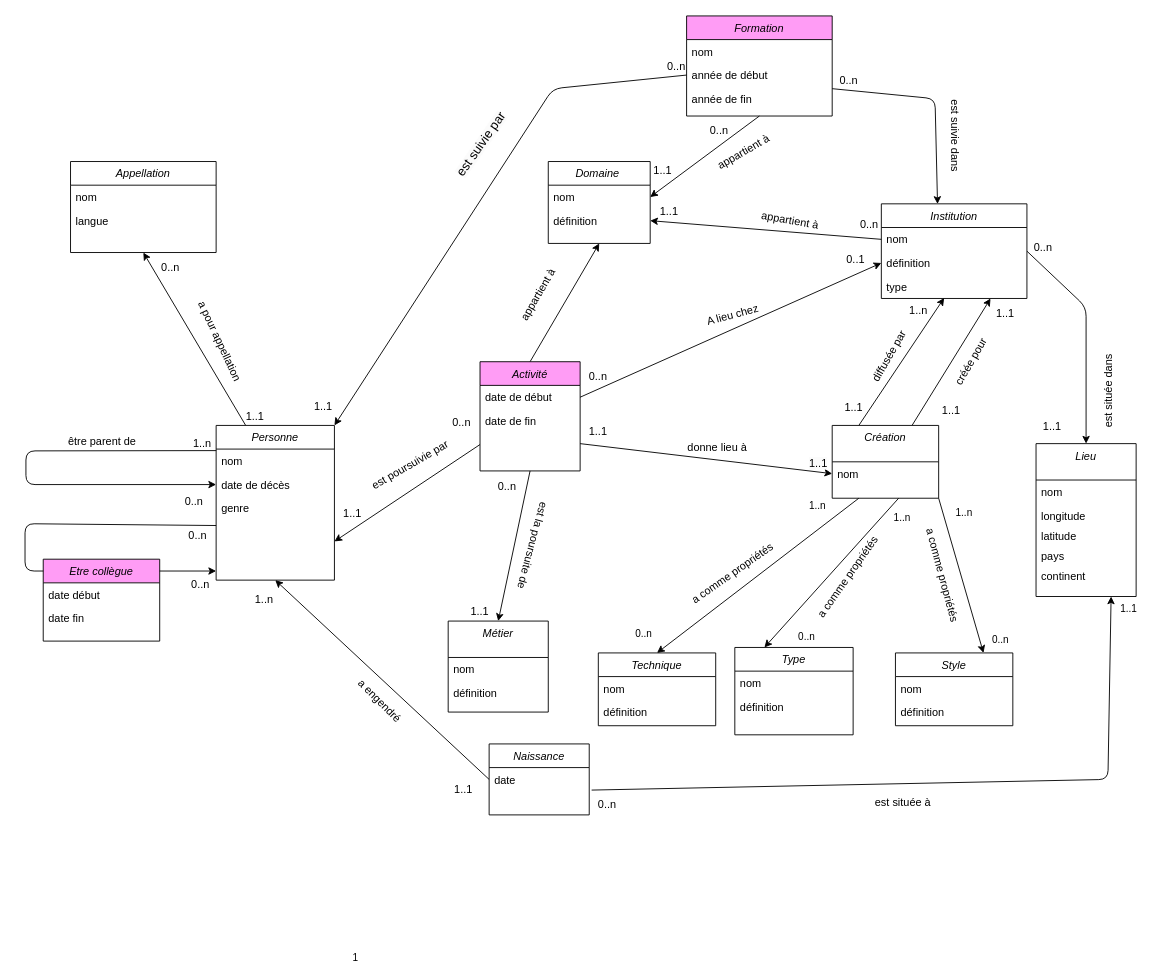
czeacach/fashion_designers keeps this draw.io diagram as MCD_to_database_Cécile_3.drawio. Above is the earlier version. Source tidied: cells renumbered, new cells numbered last; positions are measured from the earlier drawing's top-left corner, leaving out a move shared by most shapes. Both pictures are drawn from the tidied source at 91%, with x=0, y=0 at pixel (25, 15).
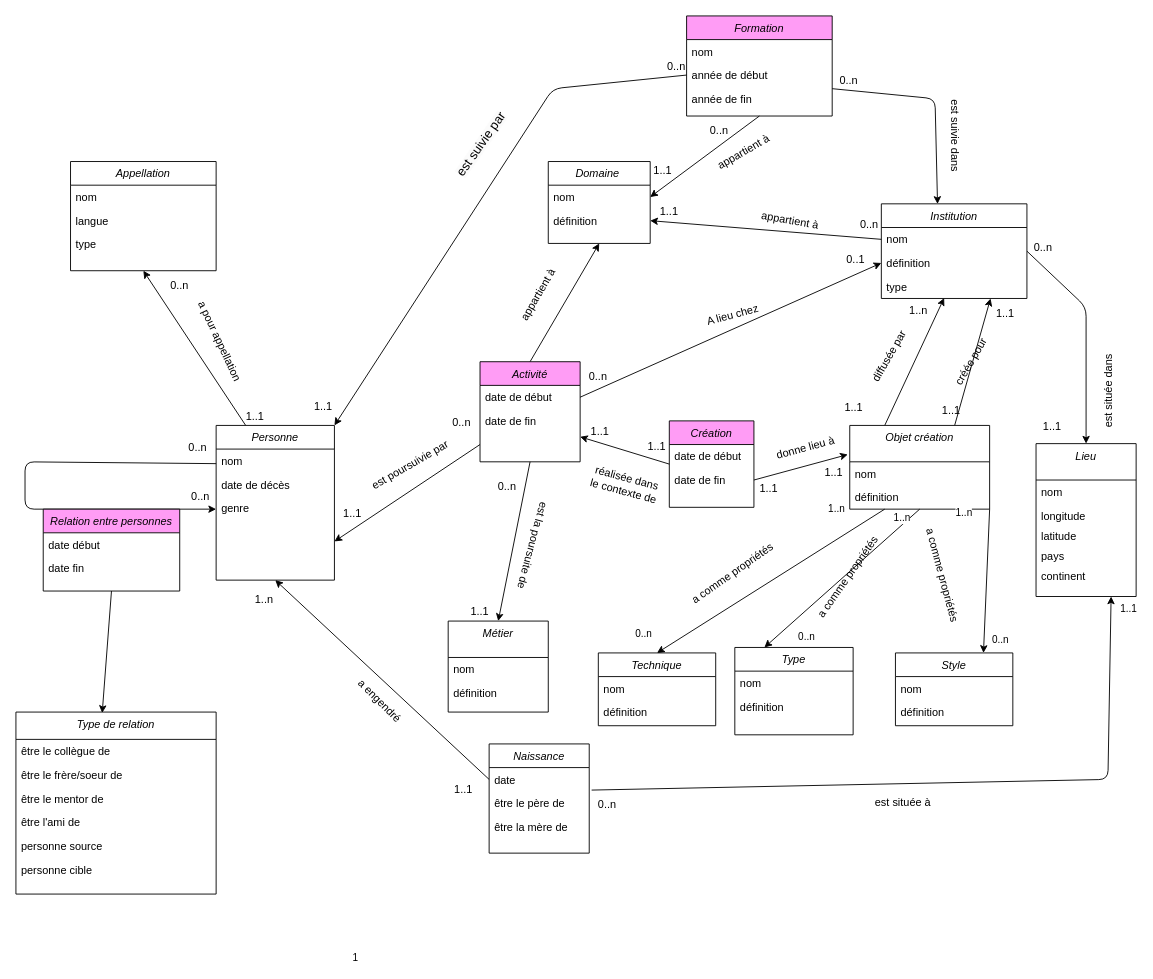
The same diagram, later.

Commit message:
modifications modèle après tutorat

The change refers to these unchanged cells:
```xml
<mxCell id="4" value="Personne" style="swimlane;fontStyle=2;align=center;verticalAlign=top;horizontal=1;startSize=26;rounded=0;shadow=0;strokeWidth=1;" parent="1" vertex="1">
  <mxGeometry x="210" y="450" width="130" height="170" as="geometry" />
</mxCell>
<mxCell id="5" value="nom" style="text;align=left;verticalAlign=top;spacingLeft=4;spacingRight=4;overflow=hidden;points=[[0,0.5],[1,0.5]];portConstraint=eastwest;" parent="4" vertex="1">
  <mxGeometry y="26" width="130" height="26" as="geometry" />
</mxCell>
<mxCell id="6" value="date de décès" style="text;align=left;verticalAlign=top;spacingLeft=4;spacingRight=4;overflow=hidden;points=[[0,0.5],[1,0.5]];portConstraint=eastwest;rounded=0;shadow=0;html=0;" parent="4" vertex="1">
  <mxGeometry y="52" width="130" height="26" as="geometry" />
</mxCell>
<mxCell id="51" value="Type" style="swimlane;fontStyle=2;align=center;verticalAlign=top;horizontal=1;startSize=26;rounded=0;shadow=0;strokeWidth=1;" parent="1" vertex="1">
  <mxGeometry x="780" y="694" width="130" height="96" as="geometry" />
</mxCell>
```

Diff of the diagram source:
```diff
@@
     <mxCell id="3" style="edgeStyle=none;html=1;fontSize=12;" parent="1" edge="1">
       <mxGeometry relative="1" as="geometry">
-        <mxPoint x="210" y="560" as="sourcePoint" />
-        <mxPoint x="210" y="610" as="targetPoint" />
+        <mxPoint x="210" y="492" as="sourcePoint" />
+        <mxPoint x="210" y="542" as="targetPoint" />
         <Array as="points">
-          <mxPoint y="558" />
-          <mxPoint y="610" />
+          <mxPoint y="490" />
+          <mxPoint y="542" />
         </Array>
       </mxGeometry>
     </mxCell>
@@
-    <mxCell id="8" style="edgeStyle=none;html=1;exitX=0.001;exitY=0.064;exitDx=0;exitDy=0;fontSize=12;entryX=0;entryY=0.5;entryDx=0;entryDy=0;exitPerimeter=0;" parent="4" edge="1" source="5" target="6">
-      <mxGeometry relative="1" as="geometry">
-        <Array as="points">
-          <mxPoint x="-209" y="28" />
-          <mxPoint x="-209" y="65" />
-        </Array>
-      </mxGeometry>
-    </mxCell>
@@
-    <mxCell id="17" style="edgeStyle=none;html=1;entryX=0.25;entryY=0;entryDx=0;entryDy=0;fontSize=12;" parent="1" edge="1" target="51">
-      <mxGeometry relative="1" as="geometry">
-        <mxPoint x="960" y="530" as="sourcePoint" />
-      </mxGeometry>
+    <mxCell id="17" style="edgeStyle=none;html=1;entryX=0.25;entryY=0;entryDx=0;entryDy=0;fontSize=12;exitX=0.5;exitY=1;exitDx=0;exitDy=0;" parent="1" edge="1" source="20" target="51">
+      <mxGeometry relative="1" as="geometry" />
     </mxCell>
@@
-    <mxCell id="20" value="Création" style="swimlane;fontStyle=2;align=center;verticalAlign=top;horizontal=1;startSize=40;rounded=0;shadow=0;strokeWidth=1;" parent="1" vertex="1">
-      <mxGeometry x="887" y="450" width="117" height="80" as="geometry" />
+    <mxCell id="20" value="Objet création" style="swimlane;fontStyle=2;align=center;verticalAlign=top;horizontal=1;startSize=40;rounded=0;shadow=0;strokeWidth=1;" parent="1" vertex="1">
+      <mxGeometry x="906.3" y="450" width="153.7" height="92" as="geometry" />
     </mxCell>
@@
     <mxCell id="22" value="nom" style="text;align=left;verticalAlign=top;spacingLeft=4;spacingRight=4;overflow=hidden;points=[[0,0.5],[1,0.5]];portConstraint=eastwest;" parent="20" vertex="1">
-      <mxGeometry y="40" width="117" height="26" as="geometry" />
+      <mxGeometry y="40" width="153.7" height="26" as="geometry" />
     </mxCell>
+    <mxCell id="134" value="définition" style="text;align=left;verticalAlign=top;spacingLeft=4;spacingRight=4;overflow=hidden;rounded=0;shadow=0;html=0;" parent="20" vertex="1">
+      <mxGeometry y="66" width="153.7" height="26" as="geometry" />
+    </mxCell>
     <mxCell id="23" value="Appellation" style="swimlane;fontStyle=2;align=center;verticalAlign=top;horizontal=1;startSize=26;rounded=0;shadow=0;strokeWidth=1;" parent="1" vertex="1">
-      <mxGeometry x="50" y="160" width="160" height="100" as="geometry" />
+      <mxGeometry x="50" y="160" width="160" height="120" as="geometry" />
     </mxCell>
@@
+    <mxCell id="135" value="type" style="text;align=left;verticalAlign=top;spacingLeft=4;spacingRight=4;overflow=hidden;" parent="23" vertex="1">
+      <mxGeometry y="78" width="160" height="26" as="geometry" />
+    </mxCell>
@@
     <mxCell id="47" value="1..n" style="edgeLabel;html=1;align=left;verticalAlign=bottom;" parent="1" vertex="1">
-      <mxGeometry x="759" y="550" as="geometry">
+      <mxGeometry x="780" y="554" as="geometry">
         <mxPoint x="101" y="-4" as="offset" />
       </mxGeometry>
     </mxCell>
@@
     <mxCell id="58" value="0..n" style="align=right;verticalAlign=bottom;labelBackgroundColor=none;fontSize=12;" parent="1" vertex="1">
-      <mxGeometry x="160" y="260" as="geometry">
+      <mxGeometry x="170" y="280" as="geometry">
         <mxPoint x="11" y="25" as="offset" />
       </mxGeometry>
     </mxCell>
@@
     <mxCell id="62" value="Naissance" style="swimlane;fontStyle=2;align=center;verticalAlign=top;horizontal=1;startSize=26;rounded=0;shadow=0;strokeWidth=1;" parent="1" vertex="1">
-      <mxGeometry x="510" y="800" width="110" height="78" as="geometry" />
+      <mxGeometry x="510" y="800" width="110" height="120" as="geometry" />
     </mxCell>
@@
+    <mxCell id="136" value="être le père de" style="text;align=left;verticalAlign=top;spacingLeft=4;spacingRight=4;overflow=hidden;" parent="62" vertex="1">
+      <mxGeometry y="52" width="110" height="26" as="geometry" />
+    </mxCell>
+    <mxCell id="137" value="être la mère de" style="text;align=left;verticalAlign=top;spacingLeft=4;spacingRight=4;overflow=hidden;" parent="62" vertex="1">
+      <mxGeometry y="78" width="110" height="26" as="geometry" />
+    </mxCell>
+    <mxCell id="138" style="edgeStyle=none;html=1;exitX=0.5;exitY=1;exitDx=0;exitDy=0;entryX=0.431;entryY=0.005;entryDx=0;entryDy=0;entryPerimeter=0;" parent="1" edge="1" source="65" target="149">
+      <mxGeometry relative="1" as="geometry" />
+    </mxCell>
-    <mxCell id="65" value="Etre collègue" style="swimlane;fontStyle=2;align=center;verticalAlign=top;horizontal=1;startSize=26;rounded=0;shadow=0;strokeWidth=1;fillColor=#FF9CF5;" parent="1" vertex="1">
-      <mxGeometry x="20" y="597" width="128" height="90" as="geometry" />
+    <mxCell id="65" value="Relation entre personnes" style="swimlane;fontStyle=2;align=center;verticalAlign=top;horizontal=1;startSize=26;rounded=0;shadow=0;strokeWidth=1;fillColor=#FF9CF5;" parent="1" vertex="1">
+      <mxGeometry x="20" y="542" width="150" height="90" as="geometry" />
     </mxCell>
@@
     <mxCell id="67" value="date début" style="text;align=left;verticalAlign=top;spacingLeft=4;spacingRight=4;overflow=hidden;" parent="65" vertex="1">
-      <mxGeometry y="26" width="128" height="26" as="geometry" />
+      <mxGeometry y="26" width="150" height="26" as="geometry" />
     </mxCell>
     <mxCell id="68" value="date fin" style="text;align=left;verticalAlign=top;spacingLeft=4;spacingRight=4;overflow=hidden;" parent="65" vertex="1">
-      <mxGeometry y="52" width="128" height="26" as="geometry" />
+      <mxGeometry y="52" width="150" height="26" as="geometry" />
     </mxCell>
@@
-    <mxCell id="79" style="edgeStyle=none;html=1;exitX=1;exitY=0.75;exitDx=0;exitDy=0;entryX=0;entryY=0.5;entryDx=0;entryDy=0;fontSize=12;" parent="1" edge="1" source="81" target="22">
-      <mxGeometry relative="1" as="geometry" />
-    </mxCell>
@@
     <mxCell id="81" value="Activité" style="swimlane;fontStyle=2;align=center;verticalAlign=top;horizontal=1;startSize=26;rounded=0;shadow=0;strokeWidth=1;fillColor=#FF9CF5;" parent="1" vertex="1">
-      <mxGeometry x="500" y="380" width="110" height="120" as="geometry" />
+      <mxGeometry x="500" y="380" width="110" height="110" as="geometry" />
     </mxCell>
@@
-    <mxCell id="89" value="donne lieu à" style="text;html=1;strokeColor=none;fillColor=none;align=center;verticalAlign=middle;whiteSpace=wrap;rounded=0;rotation=0;" parent="1" vertex="1">
-      <mxGeometry x="721" y="460" width="80" height="30" as="geometry" />
+    <mxCell id="89" value="donne lieu à" style="text;html=1;strokeColor=none;fillColor=none;align=center;verticalAlign=middle;whiteSpace=wrap;rounded=0;rotation=-15;" parent="1" vertex="1">
+      <mxGeometry x="817.6" y="460" width="80" height="30" as="geometry" />
     </mxCell>
-    <mxCell id="90" value="être parent de" style="text;html=1;strokeColor=none;fillColor=none;align=center;verticalAlign=middle;whiteSpace=wrap;rounded=0;rotation=0;" parent="1" vertex="1">
-      <mxGeometry x="20" y="453" width="130.3" height="30" as="geometry" />
-    </mxCell>
@@
     <mxCell id="100" value="0..n" style="align=right;verticalAlign=bottom;labelBackgroundColor=none;fontSize=12;" parent="1" vertex="1">
-      <mxGeometry x="160" y="257" as="geometry">
+      <mxGeometry x="160" y="160" as="geometry">
         <mxPoint x="44" y="376" as="offset" />
       </mxGeometry>
     </mxCell>
     <mxCell id="101" value="0..n" style="align=right;verticalAlign=bottom;labelBackgroundColor=none;fontSize=12;" parent="1" vertex="1">
-      <mxGeometry x="190" y="554" as="geometry">
+      <mxGeometry x="190" y="458" as="geometry">
         <mxPoint x="11" y="25" as="offset" />
       </mxGeometry>
     </mxCell>
-    <mxCell id="102" value="0..n" style="align=right;verticalAlign=bottom;labelBackgroundColor=none;fontSize=12;" parent="1" vertex="1">
-      <mxGeometry x="186" y="517" as="geometry">
-        <mxPoint x="11" y="25" as="offset" />
-      </mxGeometry>
-    </mxCell>
-    <mxCell id="103" value="1..n" style="align=right;verticalAlign=bottom;labelBackgroundColor=none;fontSize=12;" parent="1" vertex="1">
-      <mxGeometry x="195" y="453" as="geometry">
-        <mxPoint x="11" y="25" as="offset" />
-      </mxGeometry>
-    </mxCell>
@@
     <mxCell id="127" value="1..1" style="align=right;verticalAlign=bottom;labelBackgroundColor=none;fontSize=12;" parent="1" vertex="1">
-      <mxGeometry x="630" y="440" as="geometry">
+      <mxGeometry x="632" y="440" as="geometry">
         <mxPoint x="11" y="25" as="offset" />
       </mxGeometry>
     </mxCell>
-    <mxCell id="128" value="&lt;span style=&quot;color: rgb(0, 0, 0); font-family: Helvetica; font-size: 12px; font-style: normal; font-variant-ligatures: normal; font-variant-caps: normal; font-weight: 400; letter-spacing: normal; orphans: 2; text-align: right; text-indent: 0px; text-transform: none; widows: 2; word-spacing: 0px; -webkit-text-stroke-width: 0px; background-color: rgb(251, 251, 251); text-decoration-thickness: initial; text-decoration-style: initial; text-decoration-color: initial; float: none; display: inline !important;&quot;&gt;1..1&lt;/span&gt;" style="text;whiteSpace=wrap;html=1;fontSize=12;" parent="1" vertex="1">
-      <mxGeometry x="860" y="478" width="50" height="40" as="geometry" />
-    </mxCell>
@@
+    <mxCell id="139" style="edgeStyle=none;html=1;exitX=0;exitY=0.5;exitDx=0;exitDy=0;entryX=1;entryY=0.75;entryDx=0;entryDy=0;" parent="1" edge="1" source="140" target="81">
+      <mxGeometry relative="1" as="geometry" />
+    </mxCell>
+    <mxCell id="140" value="Création" style="swimlane;fontStyle=2;align=center;verticalAlign=top;horizontal=1;startSize=26;rounded=0;shadow=0;strokeWidth=1;fillColor=#FF9CF5;" parent="1" vertex="1">
+      <mxGeometry x="708" y="445" width="93" height="95" as="geometry" />
+    </mxCell>
+    <mxCell id="141" value="date de début" style="text;align=left;verticalAlign=top;spacingLeft=4;spacingRight=4;overflow=hidden;" parent="140" vertex="1">
+      <mxGeometry y="26" width="93" height="26" as="geometry" />
+    </mxCell>
+    <mxCell id="142" style="edgeStyle=elbowEdgeStyle;rounded=0;orthogonalLoop=1;jettySize=auto;elbow=vertical;html=1;exitX=0;exitY=0.5;exitDx=0;exitDy=0;" parent="140" edge="1">
+      <mxGeometry relative="1" as="geometry">
+        <mxPoint y="91" as="sourcePoint" />
+        <mxPoint y="90.5" as="targetPoint" />
+      </mxGeometry>
+    </mxCell>
+    <mxCell id="143" value="date de fin" style="text;align=left;verticalAlign=top;spacingLeft=4;spacingRight=4;overflow=hidden;points=[[0,0.5],[1,0.5]];portConstraint=eastwest;rounded=0;shadow=0;html=0;" parent="140" vertex="1">
+      <mxGeometry y="52" width="93" height="26" as="geometry" />
+    </mxCell>
+    <mxCell id="144" style="edgeStyle=none;html=1;exitX=1;exitY=0.5;exitDx=0;exitDy=0;entryX=-0.014;entryY=-0.308;entryDx=0;entryDy=0;entryPerimeter=0;" parent="1" edge="1" source="143" target="22">
+      <mxGeometry relative="1" as="geometry" />
+    </mxCell>
+    <mxCell id="145" value="réalisée dans le contexte de" style="text;html=1;strokeColor=none;fillColor=none;align=center;verticalAlign=middle;whiteSpace=wrap;rounded=0;rotation=15;" parent="1" vertex="1">
+      <mxGeometry x="620" y="500" width="80" height="30" as="geometry" />
+    </mxCell>
+    <mxCell id="146" value="1..1" style="align=right;verticalAlign=bottom;labelBackgroundColor=none;fontSize=12;" parent="1" vertex="1">
+      <mxGeometry x="694.5" y="457" as="geometry">
+        <mxPoint x="11" y="25" as="offset" />
+      </mxGeometry>
+    </mxCell>
+    <mxCell id="147" value="1..1" style="align=right;verticalAlign=bottom;labelBackgroundColor=none;fontSize=12;" parent="1" vertex="1">
+      <mxGeometry x="699.5" y="458" as="geometry">
+        <mxPoint x="129" y="70" as="offset" />
+      </mxGeometry>
+    </mxCell>
+    <mxCell id="148" value="1..1" style="align=right;verticalAlign=bottom;labelBackgroundColor=none;fontSize=12;" parent="1" vertex="1">
+      <mxGeometry x="889" y="485" as="geometry">
+        <mxPoint x="11" y="25" as="offset" />
+      </mxGeometry>
+    </mxCell>
+    <mxCell id="149" value="Type de relation" style="swimlane;fontStyle=2;align=center;verticalAlign=top;horizontal=1;startSize=30;rounded=0;shadow=0;strokeWidth=1;" parent="1" vertex="1">
+      <mxGeometry x="-10" y="765" width="220" height="200" as="geometry" />
+    </mxCell>
+    <mxCell id="150" value="être le collègue de" style="text;align=left;verticalAlign=top;spacingLeft=4;spacingRight=4;overflow=hidden;" parent="149" vertex="1">
+      <mxGeometry y="30" width="220" height="26" as="geometry" />
+    </mxCell>
+    <mxCell id="151" value="être le frère/soeur de " style="text;align=left;verticalAlign=top;spacingLeft=4;spacingRight=4;overflow=hidden;rounded=0;shadow=0;html=0;" parent="149" vertex="1">
+      <mxGeometry y="56" width="220" height="26" as="geometry" />
+    </mxCell>
+    <mxCell id="152" value="être le mentor de" style="text;align=left;verticalAlign=top;spacingLeft=4;spacingRight=4;overflow=hidden;rounded=0;shadow=0;html=0;" parent="149" vertex="1">
+      <mxGeometry y="82" width="220" height="26" as="geometry" />
+    </mxCell>
+    <mxCell id="153" value="être l'ami de " style="text;align=left;verticalAlign=top;spacingLeft=4;spacingRight=4;overflow=hidden;rounded=0;shadow=0;html=0;" parent="149" vertex="1">
+      <mxGeometry y="108" width="220" height="26" as="geometry" />
+    </mxCell>
+    <mxCell id="154" value="personne source" style="text;align=left;verticalAlign=top;spacingLeft=4;spacingRight=4;overflow=hidden;rounded=0;shadow=0;html=0;" parent="149" vertex="1">
+      <mxGeometry y="134" width="220" height="26" as="geometry" />
+    </mxCell>
+    <mxCell id="155" value="personne cible" style="text;align=left;verticalAlign=top;spacingLeft=4;spacingRight=4;overflow=hidden;rounded=0;shadow=0;html=0;" parent="149" vertex="1">
+      <mxGeometry y="160" width="220" height="26" as="geometry" />
+    </mxCell>
```
